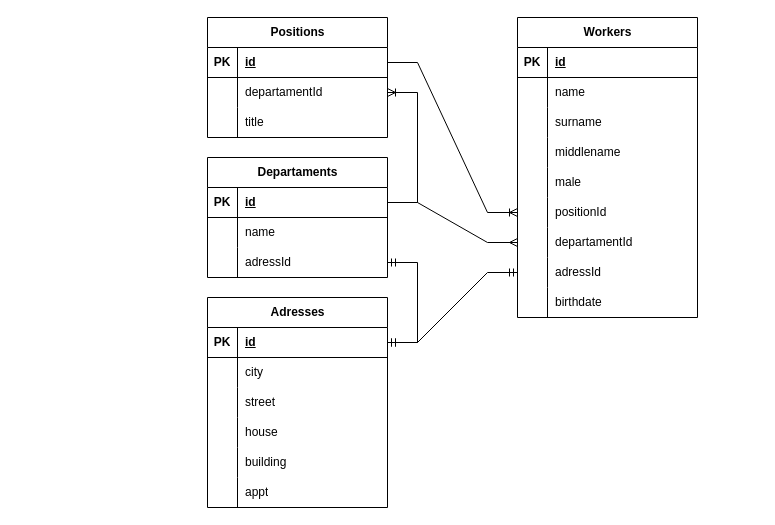
Earlier version of the draw.io diagram models/Диаграмма без названия.drawio (pranatoli/task6). Source tidied: cells renumbered, new cells numbered last; positions are measured from the earlier drawing's top-left corner, leaving out a move shared by most shapes. Both pictures are drawn from the tidied source at 100%, with x=0, y=0 at pixel (207, 17).
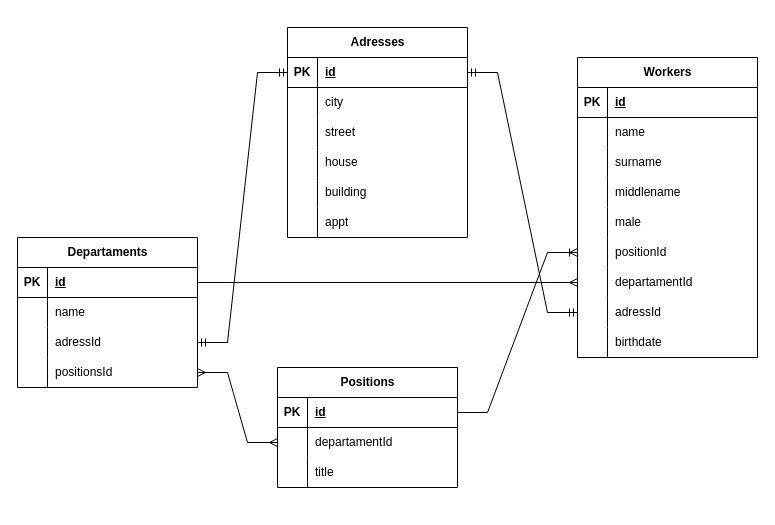
The same diagram, later.

The change refers to these unchanged cells:
```xml
<mxCell id="6" style="shape=tableRow;horizontal=0;startSize=0;swimlaneHead=0;swimlaneBody=0;fillColor=none;points=[[0,0.5],[1,0.5]];portConstraint=eastwest;top=0;left=0;right=0;bottom=0;" parent="2" vertex="1">
  <mxGeometry y="60" width="180" height="30" as="geometry" />
</mxCell>
<mxCell id="41" style="shape=tableRow;horizontal=0;startSize=0;swimlaneHead=0;swimlaneBody=0;fillColor=none;points=[[0,0.5],[1,0.5]];portConstraint=eastwest;top=0;left=0;right=0;bottom=1;" parent="40" vertex="1">
  <mxGeometry y="30" width="180" height="30" as="geometry" />
</mxCell>
<mxCell id="47" style="shape=tableRow;horizontal=0;startSize=0;swimlaneHead=0;swimlaneBody=0;fillColor=none;points=[[0,0.5],[1,0.5]];portConstraint=eastwest;top=0;left=0;right=0;bottom=0;" parent="40" vertex="1">
  <mxGeometry y="90" width="180" height="30" as="geometry" />
</mxCell>
<mxCell id="51" style="shape=tableRow;horizontal=0;startSize=0;swimlaneHead=0;swimlaneBody=0;fillColor=none;points=[[0,0.5],[1,0.5]];portConstraint=eastwest;top=0;left=0;right=0;bottom=1;" parent="50" vertex="1">
  <mxGeometry y="30" width="180" height="30" as="geometry" />
</mxCell>
```

Diff of the diagram source:
```diff
@@
     <mxCell id="2" value="Positions" style="shape=table;startSize=30;childLayout=tableLayout;rowLines=0;fontStyle=1;align=center;html=1;" parent="1" vertex="1">
-      <mxGeometry width="180" height="120" as="geometry" />
+      <mxGeometry x="70" y="350" width="180" height="120" as="geometry" />
     </mxCell>
@@
     <mxCell id="12" value="Workers" style="shape=table;startSize=30;childLayout=tableLayout;rowLines=0;fontStyle=1;align=center;html=1;" parent="1" vertex="1">
-      <mxGeometry x="310" width="180" height="300" as="geometry" />
+      <mxGeometry x="370" y="40" width="180" height="300" as="geometry" />
     </mxCell>
@@
     <mxCell id="40" value="Departaments" style="shape=table;startSize=30;childLayout=tableLayout;rowLines=0;fontStyle=1;align=center;html=1;" parent="1" vertex="1">
-      <mxGeometry y="140" width="180" height="120" as="geometry" />
+      <mxGeometry x="-190" y="220" width="180" height="150" as="geometry" />
     </mxCell>
@@
+    <mxCell id="74" style="shape=tableRow;horizontal=0;startSize=0;swimlaneHead=0;swimlaneBody=0;fillColor=none;points=[[0,0.5],[1,0.5]];portConstraint=eastwest;top=0;left=0;right=0;bottom=0;" parent="40" vertex="1">
+      <mxGeometry y="120" width="180" height="30" as="geometry" />
+    </mxCell>
+    <mxCell id="75" style="shape=partialRectangle;fillColor=none;top=0;left=0;bottom=0;right=0;overflow=hidden;whiteSpace=wrap;html=1;" parent="74" vertex="1">
+      <mxGeometry width="30" height="30" as="geometry" />
+    </mxCell>
+    <mxCell id="76" value="positionsId" style="shape=partialRectangle;fillColor=none;top=0;left=0;bottom=0;right=0;align=left;spacingLeft=6;overflow=hidden;whiteSpace=wrap;html=1;" parent="74" vertex="1">
+      <mxGeometry x="30" width="150" height="30" as="geometry" />
+    </mxCell>
     <mxCell id="50" value="Adresses" style="shape=table;startSize=30;childLayout=tableLayout;rowLines=0;fontStyle=1;align=center;html=1;" parent="1" vertex="1">
-      <mxGeometry y="280" width="180" height="210" as="geometry" />
+      <mxGeometry x="80" y="10" width="180" height="210" as="geometry" />
     </mxCell>
@@
-    <mxCell id="70" style="edgeStyle=entityRelationEdgeStyle;fontSize=12;html=1;endArrow=ERmandOne;startArrow=ERmandOne;rounded=0;entryX=1;entryY=0.5;entryDx=0;entryDy=0;" parent="1" edge="1" source="47" target="51">
-      <mxGeometry relative="1" as="geometry" />
+    <mxCell id="70" style="edgeStyle=entityRelationEdgeStyle;fontSize=12;html=1;endArrow=ERmandOne;startArrow=ERmandOne;rounded=0;exitX=1;exitY=0.5;exitDx=0;exitDy=0;" parent="1" edge="1" source="47" target="51">
+      <mxGeometry relative="1" as="geometry">
+        <Array as="points">
+          <mxPoint x="-130" y="25" />
+        </Array>
+      </mxGeometry>
     </mxCell>
@@
-    <mxCell id="72" style="edgeStyle=entityRelationEdgeStyle;fontSize=12;html=1;endArrow=ERoneToMany;rounded=0;" parent="1" edge="1" source="41" target="6">
-      <mxGeometry relative="1" as="geometry" />
-    </mxCell>
@@
+    <mxCell id="77" style="edgeStyle=entityRelationEdgeStyle;fontSize=12;html=1;endArrow=ERmany;startArrow=ERmany;rounded=0;" parent="1" edge="1" source="74" target="6">
+      <mxGeometry relative="1" as="geometry">
+        <Array as="points">
+          <mxPoint x="-230" y="160" />
+        </Array>
+      </mxGeometry>
+    </mxCell>
```
